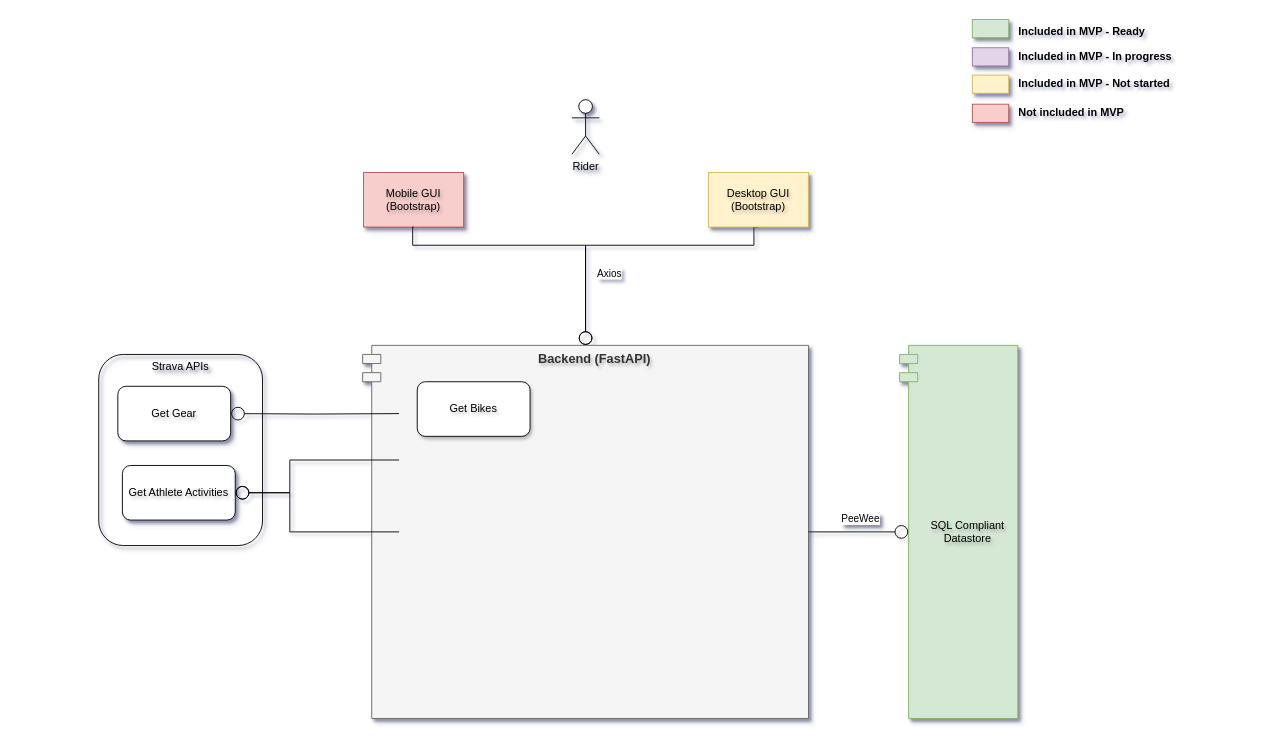
Above: page "Application architecture" (1 of 5) of docs/all_diagrams.drawio in xivind/velo-supervisor-2000 (draw.io), before the change. Source tidied: cells renumbered, new cells numbered last; positions are measured from the earlier drawing's top-left corner, leaving out a move shared by most shapes. Both pictures are drawn from the tidied source at 91%, with x=0, y=0 at pixel (98, 17).
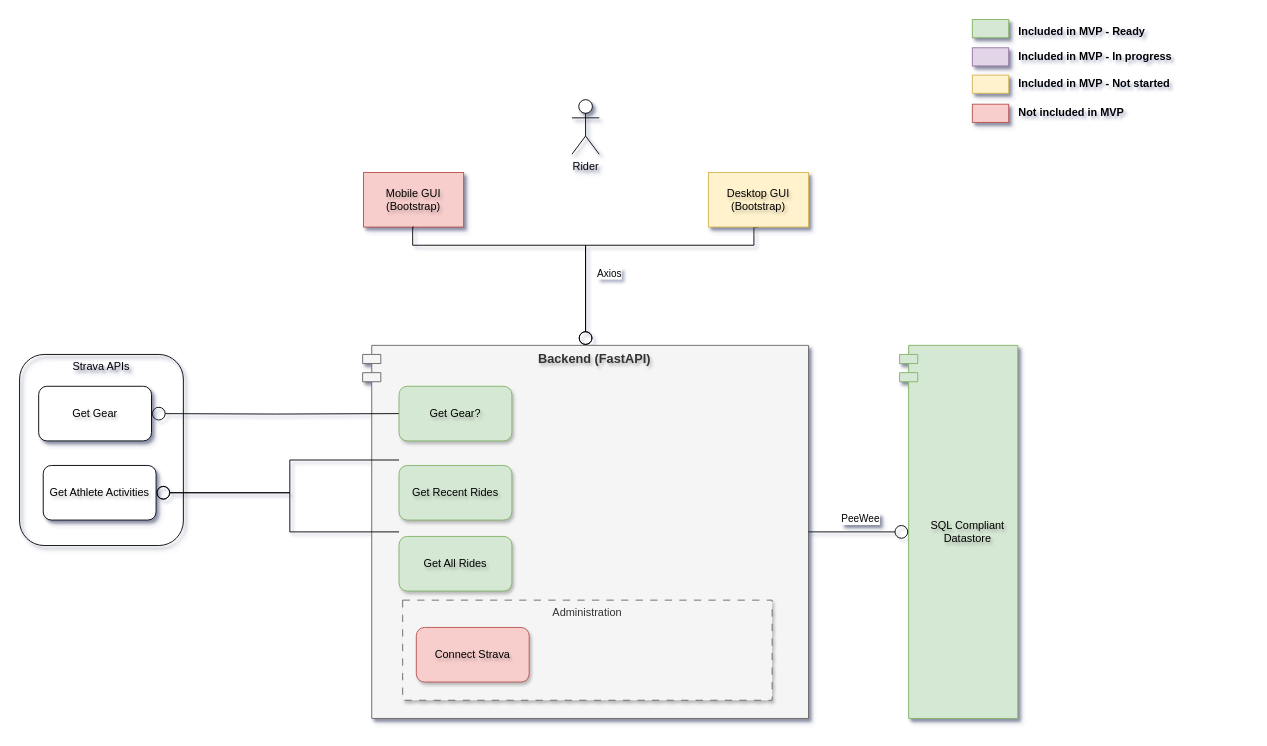
The same diagram, later.

Commit message:
Changes to app architecture

The edit, as a diff of the source:
```diff
@@
     <mxCell id="8" value="Strava APIs" style="rounded=1;whiteSpace=wrap;html=1;fillColor=none;textShadow=1;shadow=1;verticalAlign=top;" parent="1" vertex="1">
-      <mxGeometry y="370" width="180" height="210" as="geometry" />
+      <mxGeometry x="-87" y="370" width="180" height="210" as="geometry" />
     </mxCell>
@@
     <mxCell id="10" value="Get Gear" style="rounded=1;whiteSpace=wrap;html=1;textShadow=1;shadow=1;verticalAlign=middle;" parent="1" vertex="1">
-      <mxGeometry x="21" y="405" width="124" height="60" as="geometry" />
+      <mxGeometry x="-66" y="405" width="124" height="60" as="geometry" />
     </mxCell>
     <mxCell id="11" value="Get Athlete Activities" style="rounded=1;whiteSpace=wrap;html=1;textShadow=1;shadow=1;verticalAlign=middle;" parent="1" vertex="1">
-      <mxGeometry x="26" y="492" width="124" height="60" as="geometry" />
+      <mxGeometry x="-61" y="492" width="124" height="60" as="geometry" />
     </mxCell>
@@
-    <mxCell id="26" value="Get Bikes" style="rounded=1;whiteSpace=wrap;html=1;textShadow=1;shadow=1;verticalAlign=middle;" parent="1" vertex="1">
-      <mxGeometry x="350" y="400" width="124" height="60" as="geometry" />
+    <mxCell id="26" value="Get Recent Rides" style="rounded=1;whiteSpace=wrap;html=1;textShadow=1;shadow=1;verticalAlign=middle;fillColor=#d5e8d4;strokeColor=#82b366;" parent="1" vertex="1">
+      <mxGeometry x="330" y="492" width="124" height="60" as="geometry" />
     </mxCell>
+    <mxCell id="27" value="Get Gear?" style="rounded=1;whiteSpace=wrap;html=1;textShadow=1;shadow=1;verticalAlign=middle;fillColor=#d5e8d4;strokeColor=#82b366;" parent="1" vertex="1">
+      <mxGeometry x="330" y="405" width="124" height="60" as="geometry" />
+    </mxCell>
+    <mxCell id="28" value="Administration" style="rounded=0;whiteSpace=wrap;html=1;verticalAlign=top;dashed=1;dashPattern=8 8;fillColor=#f5f5f5;fontColor=#333333;strokeColor=#666666;glass=0;shadow=1;" parent="1" vertex="1">
+      <mxGeometry x="334" y="640" width="406" height="110" as="geometry" />
+    </mxCell>
+    <mxCell id="29" value="Connect Strava" style="rounded=1;whiteSpace=wrap;html=1;textShadow=1;shadow=1;verticalAlign=middle;fillColor=#f8cecc;strokeColor=#b85450;" parent="1" vertex="1">
+      <mxGeometry x="349" y="670" width="124" height="60" as="geometry" />
+    </mxCell>
+    <mxCell id="30" value="Get All Rides" style="rounded=1;whiteSpace=wrap;html=1;textShadow=1;shadow=1;verticalAlign=middle;fillColor=#d5e8d4;strokeColor=#82b366;" parent="1" vertex="1">
+      <mxGeometry x="330" y="570" width="124" height="60" as="geometry" />
+    </mxCell>
```
